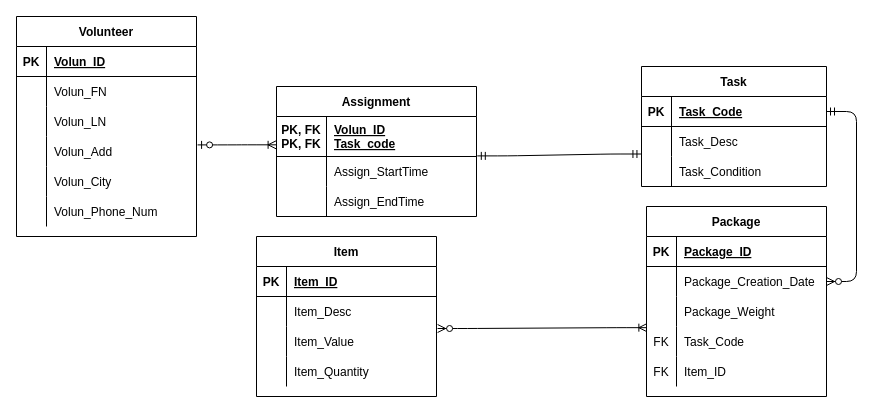
Above: Untitled Diagram.drawio in Tracey1217/Database-ERD-Team-Project (draw.io), before the change. Source tidied: cells renumbered, new cells numbered last; positions are measured from the earlier drawing's top-left corner, leaving out a move shared by most shapes. Both pictures are drawn from the tidied source at 100%, with x=0, y=0 at pixel (16, 16).
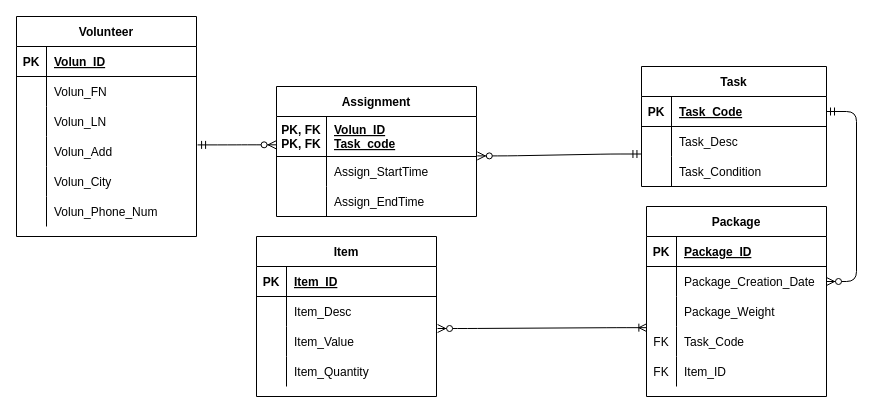
The same diagram, later.

Unchanged cells that the change refers to:
```xml
<mxCell id="12" style="shape=partialRectangle;fillColor=none;top=0;left=0;bottom=0;right=0;points=[[0,0.5],[1,0.5]];portConstraint=eastwest;" parent="2" vertex="1">
  <mxGeometry y="120" width="180" height="30" as="geometry" />
</mxCell>
<mxCell id="25" style="shape=partialRectangle;fillColor=none;top=0;left=0;bottom=0;right=0;points=[[0,0.5],[1,0.5]];portConstraint=eastwest;" parent="21" vertex="1">
  <mxGeometry y="60" width="185" height="30" as="geometry" />
</mxCell>
<mxCell id="62" style="shape=partialRectangle;fillColor=none;top=0;left=0;bottom=1;right=0;points=[[0,0.5],[1,0.5]];portConstraint=eastwest;" parent="61" vertex="1">
  <mxGeometry y="30" width="200" height="40" as="geometry" />
</mxCell>
```

What changed in the source:
```diff
@@
-    <mxCell id="71" style="edgeStyle=entityRelationEdgeStyle;fontSize=12;html=1;endArrow=ERoneToMany;startArrow=ERzeroToOne;exitX=1.006;exitY=0.28;exitDx=0;exitDy=0;exitPerimeter=0;entryX=-0.002;entryY=0.708;entryDx=0;entryDy=0;entryPerimeter=0;" parent="1" edge="1" source="12" target="62">
+    <mxCell id="71" style="edgeStyle=entityRelationEdgeStyle;fontSize=12;html=1;endArrow=ERzeroToMany;startArrow=ERmandOne;exitX=1.006;exitY=0.28;exitDx=0;exitDy=0;exitPerimeter=0;entryX=-0.002;entryY=0.708;entryDx=0;entryDy=0;entryPerimeter=0;startFill=0;endFill=1;" parent="1" edge="1" source="12" target="62">
       <mxGeometry relative="1" as="geometry" />
     </mxCell>
-    <mxCell id="72" style="edgeStyle=entityRelationEdgeStyle;fontSize=12;html=1;endArrow=ERmandOne;startArrow=ERmandOne;exitX=1.004;exitY=0.985;exitDx=0;exitDy=0;exitPerimeter=0;entryX=-0.003;entryY=0.917;entryDx=0;entryDy=0;entryPerimeter=0;" parent="1" edge="1" source="62" target="25">
+    <mxCell id="72" style="edgeStyle=entityRelationEdgeStyle;fontSize=12;html=1;endArrow=ERmandOne;startArrow=ERzeroToMany;exitX=1.004;exitY=0.985;exitDx=0;exitDy=0;exitPerimeter=0;entryX=-0.003;entryY=0.917;entryDx=0;entryDy=0;entryPerimeter=0;startFill=1;endFill=0;" parent="1" edge="1" source="62" target="25">
       <mxGeometry relative="1" as="geometry" />
     </mxCell>
```
